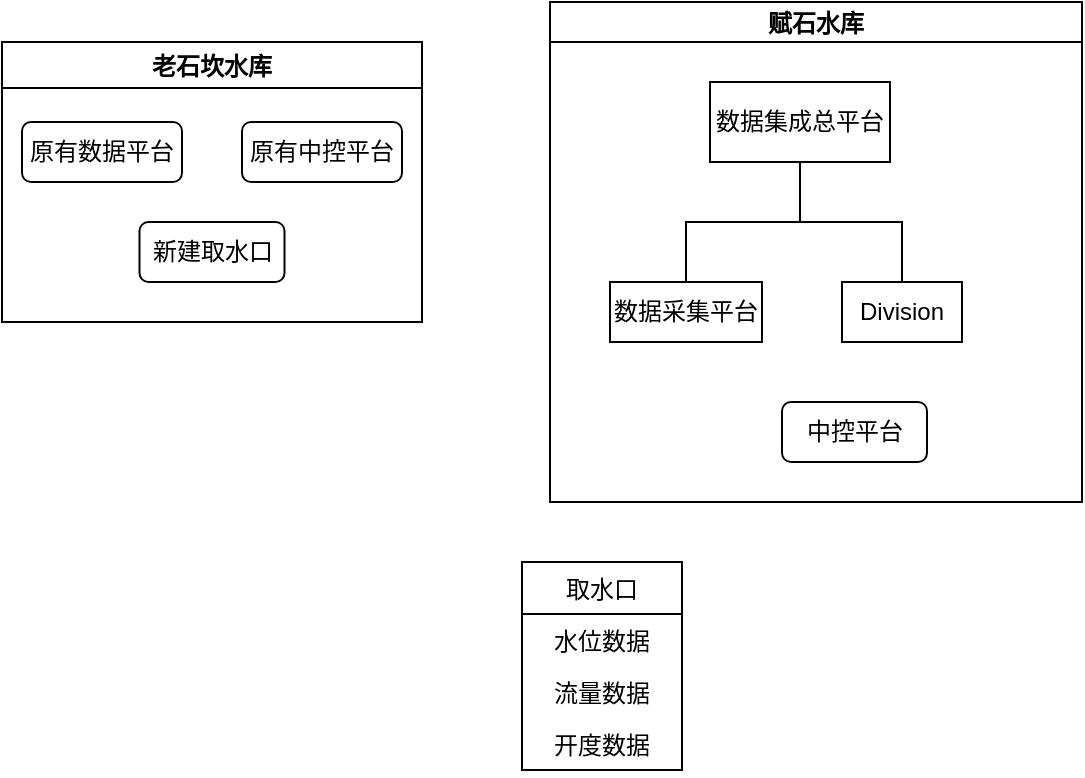
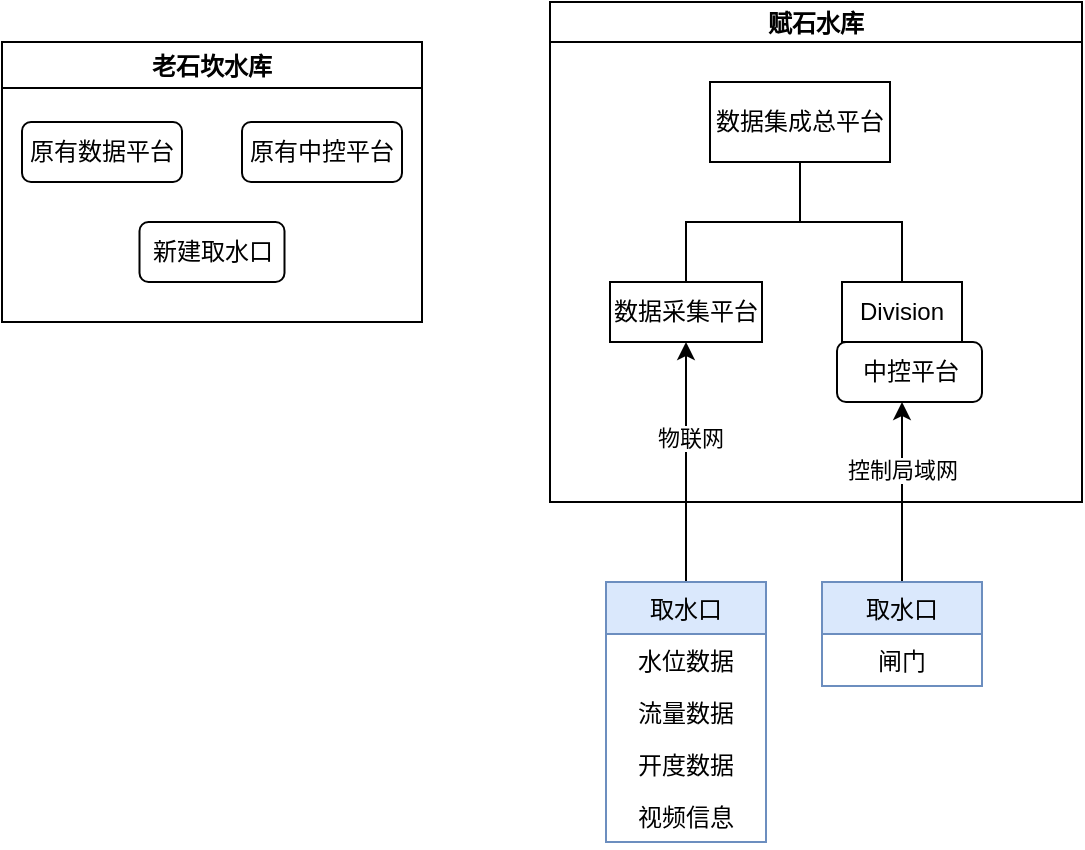
- <mxfile host="app.diagrams.net" modified="2021-09-18T02:51:37.339Z" agent="5.0 (Windows NT 10.0; Win64; x64) AppleWebKit/537.36 (KHTML, like Gecko) Chrome/93.0.4577.82 Safari/537.36 Edg/93.0.961.52" etag="2q7ylgsRc5oYkTDSbM-q" version="14.8.0" type="github">
+ <mxfile host="app.diagrams.net" modified="2021-09-18T02:57:29.889Z" agent="5.0 (Windows NT 10.0; Win64; x64) AppleWebKit/537.36 (KHTML, like Gecko) Chrome/93.0.4577.82 Safari/537.36 Edg/93.0.961.52" etag="w2EO3CezfjbAWCvf0tmd" version="14.8.0" type="github">
  <diagram id="v89iMYd2DjBNGdAJLiYk" name="Page-1">
-     <mxGraphModel dx="652" dy="363" grid="1" gridSize="10" guides="1" tooltips="1" connect="1" arrows="1" fold="1" page="1" pageScale="1" pageWidth="827" pageHeight="1169" math="0" shadow="0">
+     <mxGraphModel dx="782" dy="436" grid="1" gridSize="10" guides="1" tooltips="1" connect="1" arrows="1" fold="1" page="1" pageScale="1" pageWidth="827" pageHeight="1169" math="0" shadow="0">
      <root>
        <mxCell id="0" />
        <mxCell id="1" parent="0" />
-         <mxCell id="1meufm5pPCAuNKvldUBH-1" value="老石坎水库" style="swimlane;" vertex="1" parent="1">
+         <mxCell id="1meufm5pPCAuNKvldUBH-1" value="老石坎水库" style="swimlane;" parent="1" vertex="1">
          <mxGeometry x="140" y="150" width="210" height="140" as="geometry" />
        </mxCell>
-         <mxCell id="1meufm5pPCAuNKvldUBH-3" value="原有数据平台" style="rounded=1;whiteSpace=wrap;html=1;" vertex="1" parent="1meufm5pPCAuNKvldUBH-1">
+         <mxCell id="1meufm5pPCAuNKvldUBH-3" value="原有数据平台" style="rounded=1;whiteSpace=wrap;html=1;" parent="1meufm5pPCAuNKvldUBH-1" vertex="1">
          <mxGeometry x="10" y="40" width="80" height="30" as="geometry" />
        </mxCell>
-         <mxCell id="1meufm5pPCAuNKvldUBH-4" value="原有中控平台" style="rounded=1;whiteSpace=wrap;html=1;" vertex="1" parent="1meufm5pPCAuNKvldUBH-1">
+         <mxCell id="1meufm5pPCAuNKvldUBH-4" value="原有中控平台" style="rounded=1;whiteSpace=wrap;html=1;" parent="1meufm5pPCAuNKvldUBH-1" vertex="1">
          <mxGeometry x="120" y="40" width="80" height="30" as="geometry" />
        </mxCell>
-         <mxCell id="1meufm5pPCAuNKvldUBH-5" value="新建取水口" style="rounded=1;whiteSpace=wrap;html=1;" vertex="1" parent="1meufm5pPCAuNKvldUBH-1">
+         <mxCell id="1meufm5pPCAuNKvldUBH-5" value="新建取水口" style="rounded=1;whiteSpace=wrap;html=1;" parent="1meufm5pPCAuNKvldUBH-1" vertex="1">
          <mxGeometry x="68.75" y="90" width="72.5" height="30" as="geometry" />
        </mxCell>
-         <mxCell id="1meufm5pPCAuNKvldUBH-6" value="赋石水库" style="swimlane;startSize=20;horizontal=1;containerType=tree;newEdgeStyle={&quot;edgeStyle&quot;:&quot;elbowEdgeStyle&quot;,&quot;startArrow&quot;:&quot;none&quot;,&quot;endArrow&quot;:&quot;none&quot;};" vertex="1" parent="1">
+         <mxCell id="1meufm5pPCAuNKvldUBH-6" value="赋石水库" style="swimlane;startSize=20;horizontal=1;containerType=tree;newEdgeStyle={&quot;edgeStyle&quot;:&quot;elbowEdgeStyle&quot;,&quot;startArrow&quot;:&quot;none&quot;,&quot;endArrow&quot;:&quot;none&quot;};" parent="1" vertex="1">
          <mxGeometry x="414" y="130" width="266" height="250" as="geometry" />
        </mxCell>
-         <mxCell id="1meufm5pPCAuNKvldUBH-7" value="" style="edgeStyle=elbowEdgeStyle;elbow=vertical;startArrow=none;endArrow=none;rounded=0;" edge="1" parent="1meufm5pPCAuNKvldUBH-6" source="1meufm5pPCAuNKvldUBH-9" target="1meufm5pPCAuNKvldUBH-10">
+         <mxCell id="1meufm5pPCAuNKvldUBH-7" value="" style="edgeStyle=elbowEdgeStyle;elbow=vertical;startArrow=none;endArrow=none;rounded=0;" parent="1meufm5pPCAuNKvldUBH-6" source="1meufm5pPCAuNKvldUBH-9" target="1meufm5pPCAuNKvldUBH-10" edge="1">
          <mxGeometry relative="1" as="geometry" />
        </mxCell>
-         <mxCell id="1meufm5pPCAuNKvldUBH-8" value="" style="edgeStyle=elbowEdgeStyle;elbow=vertical;startArrow=none;endArrow=none;rounded=0;" edge="1" parent="1meufm5pPCAuNKvldUBH-6" source="1meufm5pPCAuNKvldUBH-9" target="1meufm5pPCAuNKvldUBH-11">
+         <mxCell id="1meufm5pPCAuNKvldUBH-8" value="" style="edgeStyle=elbowEdgeStyle;elbow=vertical;startArrow=none;endArrow=none;rounded=0;" parent="1meufm5pPCAuNKvldUBH-6" source="1meufm5pPCAuNKvldUBH-9" target="1meufm5pPCAuNKvldUBH-11" edge="1">
          <mxGeometry relative="1" as="geometry" />
        </mxCell>
        <UserObject label="数据集成总平台" treeRoot="1" id="1meufm5pPCAuNKvldUBH-9">
-           <mxCell style="whiteSpace=wrap;html=1;align=center;treeFolding=1;treeMoving=1;newEdgeStyle={&quot;edgeStyle&quot;:&quot;elbowEdgeStyle&quot;,&quot;startArrow&quot;:&quot;none&quot;,&quot;endArrow&quot;:&quot;none&quot;};" vertex="1" parent="1meufm5pPCAuNKvldUBH-6">
+           <mxCell style="whiteSpace=wrap;html=1;align=center;treeFolding=1;treeMoving=1;newEdgeStyle={&quot;edgeStyle&quot;:&quot;elbowEdgeStyle&quot;,&quot;startArrow&quot;:&quot;none&quot;,&quot;endArrow&quot;:&quot;none&quot;};" parent="1meufm5pPCAuNKvldUBH-6" vertex="1">
            <mxGeometry x="80" y="40" width="90" height="40" as="geometry" />
          </mxCell>
        </UserObject>
-         <mxCell id="1meufm5pPCAuNKvldUBH-10" value="数据采集平台" style="whiteSpace=wrap;html=1;align=center;verticalAlign=middle;treeFolding=1;treeMoving=1;newEdgeStyle={&quot;edgeStyle&quot;:&quot;elbowEdgeStyle&quot;,&quot;startArrow&quot;:&quot;none&quot;,&quot;endArrow&quot;:&quot;none&quot;};" vertex="1" parent="1meufm5pPCAuNKvldUBH-6">
+         <mxCell id="1meufm5pPCAuNKvldUBH-10" value="数据采集平台" style="whiteSpace=wrap;html=1;align=center;verticalAlign=middle;treeFolding=1;treeMoving=1;newEdgeStyle={&quot;edgeStyle&quot;:&quot;elbowEdgeStyle&quot;,&quot;startArrow&quot;:&quot;none&quot;,&quot;endArrow&quot;:&quot;none&quot;};" parent="1meufm5pPCAuNKvldUBH-6" vertex="1">
          <mxGeometry x="30" y="140" width="76" height="30" as="geometry" />
        </mxCell>
-         <mxCell id="1meufm5pPCAuNKvldUBH-11" value="Division" style="whiteSpace=wrap;html=1;align=center;verticalAlign=middle;treeFolding=1;treeMoving=1;newEdgeStyle={&quot;edgeStyle&quot;:&quot;elbowEdgeStyle&quot;,&quot;startArrow&quot;:&quot;none&quot;,&quot;endArrow&quot;:&quot;none&quot;};" vertex="1" parent="1meufm5pPCAuNKvldUBH-6">
+         <mxCell id="1meufm5pPCAuNKvldUBH-11" value="Division" style="whiteSpace=wrap;html=1;align=center;verticalAlign=middle;treeFolding=1;treeMoving=1;newEdgeStyle={&quot;edgeStyle&quot;:&quot;elbowEdgeStyle&quot;,&quot;startArrow&quot;:&quot;none&quot;,&quot;endArrow&quot;:&quot;none&quot;};" parent="1meufm5pPCAuNKvldUBH-6" vertex="1">
          <mxGeometry x="146" y="140" width="60" height="30" as="geometry" />
        </mxCell>
-         <mxCell id="1meufm5pPCAuNKvldUBH-12" value="中控平台" style="rounded=1;whiteSpace=wrap;html=1;" vertex="1" parent="1meufm5pPCAuNKvldUBH-6">
-           <mxGeometry x="116" y="200" width="72.5" height="30" as="geometry" />
+         <mxCell id="1meufm5pPCAuNKvldUBH-12" value="中控平台" style="rounded=1;whiteSpace=wrap;html=1;" parent="1meufm5pPCAuNKvldUBH-6" vertex="1">
+           <mxGeometry x="143.5" y="170" width="72.5" height="30" as="geometry" />
        </mxCell>
-         <mxCell id="1meufm5pPCAuNKvldUBH-21" value="取水口" style="swimlane;fontStyle=0;childLayout=stackLayout;horizontal=1;startSize=26;horizontalStack=0;resizeParent=1;resizeParentMax=0;resizeLast=0;collapsible=1;marginBottom=0;swimlaneLine=1;rounded=0;shadow=0;sketch=0;glass=0;swimlaneFillColor=none;" vertex="1" parent="1">
-           <mxGeometry x="400" y="410" width="80" height="104" as="geometry">
+         <mxCell id="rkCiEfMvTKPaeprXMYrk-3" value="" style="edgeStyle=orthogonalEdgeStyle;rounded=0;orthogonalLoop=1;jettySize=auto;html=1;" edge="1" parent="1" source="1meufm5pPCAuNKvldUBH-21" target="1meufm5pPCAuNKvldUBH-10">
+           <mxGeometry relative="1" as="geometry" />
+         </mxCell>
+         <mxCell id="rkCiEfMvTKPaeprXMYrk-5" value="物联网" style="edgeLabel;html=1;align=center;verticalAlign=middle;resizable=0;points=[];" vertex="1" connectable="0" parent="rkCiEfMvTKPaeprXMYrk-3">
+           <mxGeometry x="0.2111" y="-2" relative="1" as="geometry">
+             <mxPoint as="offset" />
+           </mxGeometry>
+         </mxCell>
+         <mxCell id="1meufm5pPCAuNKvldUBH-21" value="取水口" style="swimlane;fontStyle=0;childLayout=stackLayout;horizontal=1;startSize=26;horizontalStack=0;resizeParent=1;resizeParentMax=0;resizeLast=0;collapsible=1;marginBottom=0;swimlaneLine=1;rounded=0;shadow=0;sketch=0;glass=0;swimlaneFillColor=none;fillColor=#dae8fc;strokeColor=#6c8ebf;" parent="1" vertex="1">
+           <mxGeometry x="442" y="420" width="80" height="130" as="geometry">
            <mxRectangle x="400" y="410" width="70" height="26" as="alternateBounds" />
          </mxGeometry>
        </mxCell>
-         <mxCell id="1meufm5pPCAuNKvldUBH-22" value="水位数据" style="text;strokeColor=none;fillColor=none;align=center;verticalAlign=top;spacingLeft=4;spacingRight=4;overflow=hidden;rotatable=0;points=[[0,0.5],[1,0.5]];portConstraint=eastwest;" vertex="1" parent="1meufm5pPCAuNKvldUBH-21">
+         <mxCell id="1meufm5pPCAuNKvldUBH-22" value="水位数据" style="text;strokeColor=none;fillColor=none;align=center;verticalAlign=top;spacingLeft=4;spacingRight=4;overflow=hidden;rotatable=0;points=[[0,0.5],[1,0.5]];portConstraint=eastwest;" parent="1meufm5pPCAuNKvldUBH-21" vertex="1">
          <mxGeometry y="26" width="80" height="26" as="geometry" />
        </mxCell>
-         <mxCell id="1meufm5pPCAuNKvldUBH-23" value="流量数据" style="text;strokeColor=none;fillColor=none;align=center;verticalAlign=top;spacingLeft=4;spacingRight=4;overflow=hidden;rotatable=0;points=[[0,0.5],[1,0.5]];portConstraint=eastwest;" vertex="1" parent="1meufm5pPCAuNKvldUBH-21">
+         <mxCell id="1meufm5pPCAuNKvldUBH-23" value="流量数据" style="text;strokeColor=none;fillColor=none;align=center;verticalAlign=top;spacingLeft=4;spacingRight=4;overflow=hidden;rotatable=0;points=[[0,0.5],[1,0.5]];portConstraint=eastwest;" parent="1meufm5pPCAuNKvldUBH-21" vertex="1">
          <mxGeometry y="52" width="80" height="26" as="geometry" />
        </mxCell>
-         <mxCell id="1meufm5pPCAuNKvldUBH-24" value="开度数据" style="text;strokeColor=none;fillColor=none;align=center;verticalAlign=top;spacingLeft=4;spacingRight=4;overflow=hidden;rotatable=0;points=[[0,0.5],[1,0.5]];portConstraint=eastwest;" vertex="1" parent="1meufm5pPCAuNKvldUBH-21">
+         <mxCell id="1meufm5pPCAuNKvldUBH-24" value="开度数据" style="text;strokeColor=none;fillColor=none;align=center;verticalAlign=top;spacingLeft=4;spacingRight=4;overflow=hidden;rotatable=0;points=[[0,0.5],[1,0.5]];portConstraint=eastwest;" parent="1meufm5pPCAuNKvldUBH-21" vertex="1">
          <mxGeometry y="78" width="80" height="26" as="geometry" />
+         </mxCell>
+         <mxCell id="rkCiEfMvTKPaeprXMYrk-2" value="视频信息" style="text;strokeColor=none;fillColor=none;align=center;verticalAlign=top;spacingLeft=4;spacingRight=4;overflow=hidden;rotatable=0;points=[[0,0.5],[1,0.5]];portConstraint=eastwest;" vertex="1" parent="1meufm5pPCAuNKvldUBH-21">
+           <mxGeometry y="104" width="80" height="26" as="geometry" />
+         </mxCell>
+         <mxCell id="rkCiEfMvTKPaeprXMYrk-11" value="" style="edgeStyle=orthogonalEdgeStyle;rounded=0;orthogonalLoop=1;jettySize=auto;html=1;" edge="1" parent="1" source="rkCiEfMvTKPaeprXMYrk-6" target="1meufm5pPCAuNKvldUBH-12">
+           <mxGeometry relative="1" as="geometry">
+             <Array as="points">
+               <mxPoint x="590" y="390" />
+               <mxPoint x="590" y="390" />
+             </Array>
+           </mxGeometry>
+         </mxCell>
+         <mxCell id="rkCiEfMvTKPaeprXMYrk-13" value="控制局域网" style="edgeLabel;html=1;align=center;verticalAlign=middle;resizable=0;points=[];" vertex="1" connectable="0" parent="rkCiEfMvTKPaeprXMYrk-11">
+           <mxGeometry x="0.2444" relative="1" as="geometry">
+             <mxPoint as="offset" />
+           </mxGeometry>
+         </mxCell>
+         <mxCell id="rkCiEfMvTKPaeprXMYrk-6" value="取水口" style="swimlane;fontStyle=0;childLayout=stackLayout;horizontal=1;startSize=26;horizontalStack=0;resizeParent=1;resizeParentMax=0;resizeLast=0;collapsible=1;marginBottom=0;swimlaneLine=1;rounded=0;shadow=0;sketch=0;glass=0;swimlaneFillColor=none;fillColor=#dae8fc;strokeColor=#6c8ebf;" vertex="1" parent="1">
+           <mxGeometry x="550" y="420" width="80" height="52" as="geometry">
+             <mxRectangle x="400" y="410" width="70" height="26" as="alternateBounds" />
+           </mxGeometry>
+         </mxCell>
+         <mxCell id="rkCiEfMvTKPaeprXMYrk-7" value="闸门" style="text;strokeColor=none;fillColor=none;align=center;verticalAlign=top;spacingLeft=4;spacingRight=4;overflow=hidden;rotatable=0;points=[[0,0.5],[1,0.5]];portConstraint=eastwest;" vertex="1" parent="rkCiEfMvTKPaeprXMYrk-6">
+           <mxGeometry y="26" width="80" height="26" as="geometry" />
        </mxCell>
      </root>
    </mxGraphModel>
  </diagram>
</mxfile>
